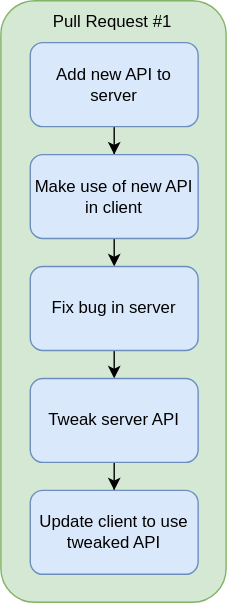
The draw.io diagram pr.drawio.svg in shish/stack-guide, before a commit. Source tidied: cells renumbered, new cells last; positions are measured from the earlier drawing's top-left corner, leaving out a move shared by most shapes. The source it was exported from:
```xml
<mxGraphModel>
  <root>
    <mxCell id="0" />
    <mxCell id="1" parent="0" />
    <mxCell id="2" style="rounded=1;whiteSpace=wrap;html=1;fillColor=#d5e8d4;strokeColor=#82b366;" parent="1" vertex="1">
      <mxGeometry width="161" height="430" as="geometry" />
    </mxCell>
    <mxCell id="3" style="edgeStyle=orthogonalEdgeStyle;rounded=0;jettySize=auto;html=1;entryX=0.5;entryY=0;entryDx=0;entryDy=0;" parent="1" edge="1" source="4" target="6">
      <mxGeometry relative="1" as="geometry" />
    </mxCell>
    <mxCell id="4" value="Add new API to server" style="rounded=1;whiteSpace=wrap;html=1;fillColor=#dae8fc;strokeColor=#6c8ebf;" parent="1" vertex="1">
      <mxGeometry x="21" y="30" width="120" height="60" as="geometry" />
    </mxCell>
    <mxCell id="5" style="edgeStyle=orthogonalEdgeStyle;rounded=0;jettySize=auto;html=1;exitX=0.5;exitY=1;exitDx=0;exitDy=0;entryX=0.5;entryY=0;entryDx=0;entryDy=0;" parent="1" edge="1" source="6" target="8">
      <mxGeometry relative="1" as="geometry" />
    </mxCell>
    <mxCell id="6" value="Make use of new API in client" style="rounded=1;whiteSpace=wrap;html=1;fillColor=#dae8fc;strokeColor=#6c8ebf;" parent="1" vertex="1">
      <mxGeometry x="21" y="110" width="120" height="60" as="geometry" />
    </mxCell>
    <mxCell id="7" style="edgeStyle=orthogonalEdgeStyle;rounded=0;jettySize=auto;html=1;exitX=0.5;exitY=1;exitDx=0;exitDy=0;entryX=0.5;entryY=0;entryDx=0;entryDy=0;" parent="1" edge="1" source="8" target="10">
      <mxGeometry relative="1" as="geometry" />
    </mxCell>
    <mxCell id="8" value="Fix bug in server" style="rounded=1;whiteSpace=wrap;html=1;fillColor=#dae8fc;strokeColor=#6c8ebf;" parent="1" vertex="1">
      <mxGeometry x="21" y="190" width="120" height="60" as="geometry" />
    </mxCell>
    <mxCell id="9" style="edgeStyle=orthogonalEdgeStyle;rounded=0;jettySize=auto;html=1;entryX=0.5;entryY=0;entryDx=0;entryDy=0;" parent="1" edge="1" source="10" target="11">
      <mxGeometry relative="1" as="geometry" />
    </mxCell>
    <mxCell id="10" value="Tweak server API" style="rounded=1;whiteSpace=wrap;html=1;fillColor=#dae8fc;strokeColor=#6c8ebf;" parent="1" vertex="1">
      <mxGeometry x="21" y="270" width="120" height="60" as="geometry" />
    </mxCell>
    <mxCell id="11" value="Update client to use tweaked API" style="rounded=1;whiteSpace=wrap;html=1;fillColor=#dae8fc;strokeColor=#6c8ebf;" parent="1" vertex="1">
      <mxGeometry x="21" y="350" width="120" height="60" as="geometry" />
    </mxCell>
    <mxCell id="12" value="Pull Request #1" style="text;html=1;strokeColor=none;fillColor=none;align=center;verticalAlign=middle;whiteSpace=wrap;rounded=0;" parent="1" vertex="1">
      <mxGeometry x="20" width="120" height="30" as="geometry" />
    </mxCell>
  </root>
</mxGraphModel>
```
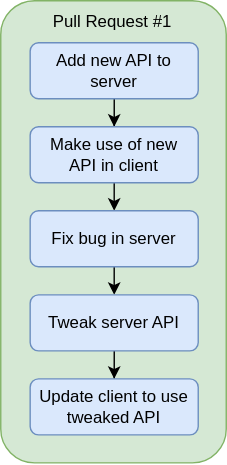
After the change.

Commit message:
more compact diagrams

Change to the diagram source:
```diff
@@ -3,34 +3,34 @@
     <mxCell id="0" />
     <mxCell id="1" parent="0" />
     <mxCell id="2" style="rounded=1;whiteSpace=wrap;html=1;fillColor=#d5e8d4;strokeColor=#82b366;" parent="1" vertex="1">
-      <mxGeometry width="161" height="430" as="geometry" />
+      <mxGeometry width="161" height="330" as="geometry" />
     </mxCell>
     <mxCell id="3" style="edgeStyle=orthogonalEdgeStyle;rounded=0;jettySize=auto;html=1;entryX=0.5;entryY=0;entryDx=0;entryDy=0;" parent="1" edge="1" source="4" target="6">
       <mxGeometry relative="1" as="geometry" />
     </mxCell>
     <mxCell id="4" value="Add new API to server" style="rounded=1;whiteSpace=wrap;html=1;fillColor=#dae8fc;strokeColor=#6c8ebf;" parent="1" vertex="1">
-      <mxGeometry x="21" y="30" width="120" height="60" as="geometry" />
+      <mxGeometry x="21" y="30" width="120" height="40" as="geometry" />
     </mxCell>
     <mxCell id="5" style="edgeStyle=orthogonalEdgeStyle;rounded=0;jettySize=auto;html=1;exitX=0.5;exitY=1;exitDx=0;exitDy=0;entryX=0.5;entryY=0;entryDx=0;entryDy=0;" parent="1" edge="1" source="6" target="8">
       <mxGeometry relative="1" as="geometry" />
     </mxCell>
-    <mxCell id="6" value="Make use of new API in client" style="rounded=1;whiteSpace=wrap;html=1;fillColor=#dae8fc;strokeColor=#6c8ebf;" parent="1" vertex="1">
-      <mxGeometry x="21" y="110" width="120" height="60" as="geometry" />
+    <mxCell id="6" value="Make use of new&lt;br&gt;API in client" style="rounded=1;whiteSpace=wrap;html=1;fillColor=#dae8fc;strokeColor=#6c8ebf;" parent="1" vertex="1">
+      <mxGeometry x="21" y="90" width="120" height="40" as="geometry" />
     </mxCell>
     <mxCell id="7" style="edgeStyle=orthogonalEdgeStyle;rounded=0;jettySize=auto;html=1;exitX=0.5;exitY=1;exitDx=0;exitDy=0;entryX=0.5;entryY=0;entryDx=0;entryDy=0;" parent="1" edge="1" source="8" target="10">
       <mxGeometry relative="1" as="geometry" />
     </mxCell>
     <mxCell id="8" value="Fix bug in server" style="rounded=1;whiteSpace=wrap;html=1;fillColor=#dae8fc;strokeColor=#6c8ebf;" parent="1" vertex="1">
-      <mxGeometry x="21" y="190" width="120" height="60" as="geometry" />
+      <mxGeometry x="21" y="150" width="120" height="40" as="geometry" />
     </mxCell>
     <mxCell id="9" style="edgeStyle=orthogonalEdgeStyle;rounded=0;jettySize=auto;html=1;entryX=0.5;entryY=0;entryDx=0;entryDy=0;" parent="1" edge="1" source="10" target="11">
       <mxGeometry relative="1" as="geometry" />
     </mxCell>
     <mxCell id="10" value="Tweak server API" style="rounded=1;whiteSpace=wrap;html=1;fillColor=#dae8fc;strokeColor=#6c8ebf;" parent="1" vertex="1">
-      <mxGeometry x="21" y="270" width="120" height="60" as="geometry" />
+      <mxGeometry x="21" y="210" width="120" height="40" as="geometry" />
     </mxCell>
     <mxCell id="11" value="Update client to use tweaked API" style="rounded=1;whiteSpace=wrap;html=1;fillColor=#dae8fc;strokeColor=#6c8ebf;" parent="1" vertex="1">
-      <mxGeometry x="21" y="350" width="120" height="60" as="geometry" />
+      <mxGeometry x="21" y="270" width="120" height="40" as="geometry" />
     </mxCell>
     <mxCell id="12" value="Pull Request #1" style="text;html=1;strokeColor=none;fillColor=none;align=center;verticalAlign=middle;whiteSpace=wrap;rounded=0;" parent="1" vertex="1">
       <mxGeometry x="20" width="120" height="30" as="geometry" />
```
